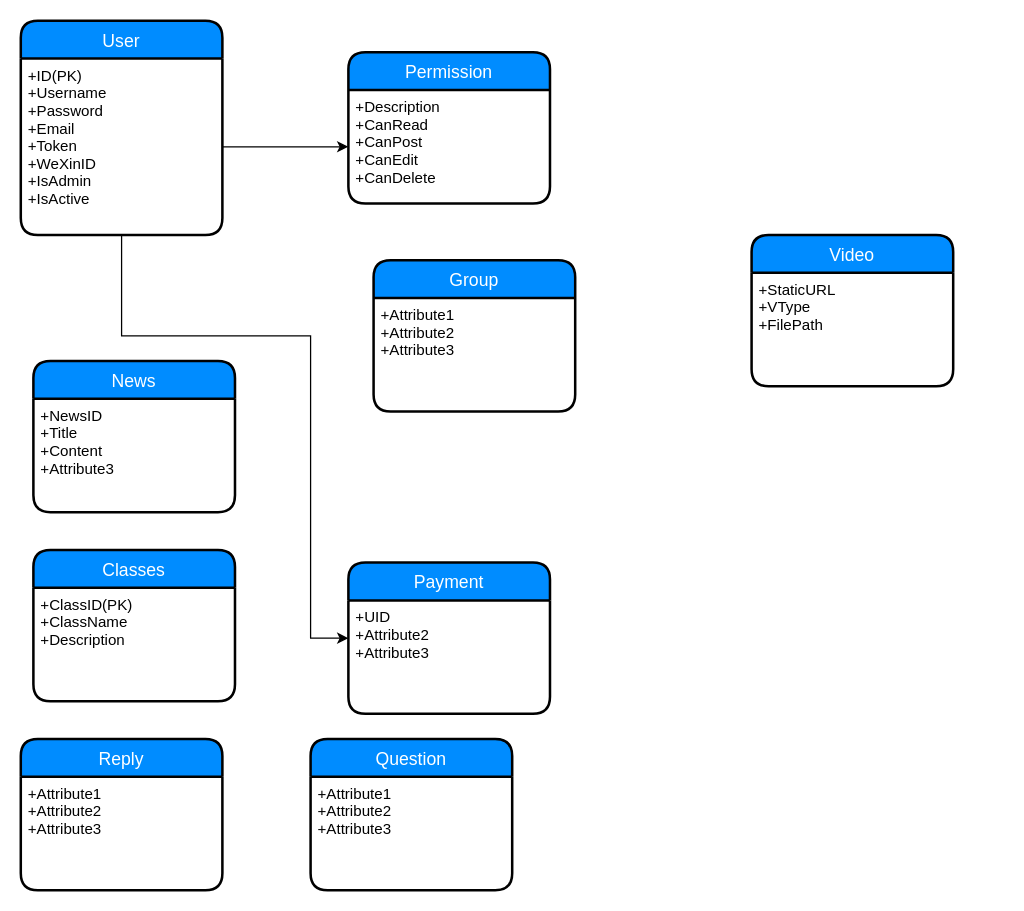
Before: 51cloudclass.drawio in yangwawa0323/5117xue, a draw.io diagram. Source tidied: cells renumbered, new cells numbered last; positions are measured from the earlier drawing's top-left corner, leaving out a move shared by most shapes. Both pictures are drawn from the tidied source at 126%, with x=0, y=0 at pixel (20, 20).
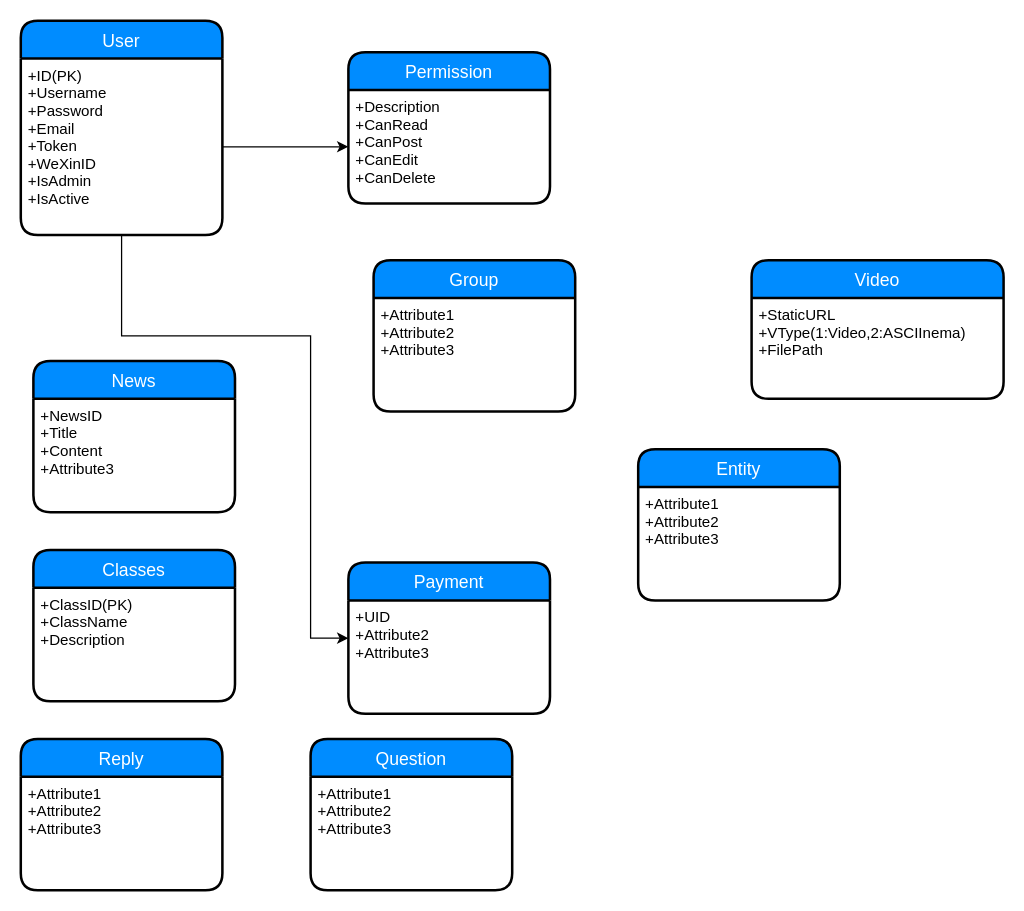
The same diagram, later.

Change to the diagram source:
```diff
@@
     <mxCell id="8" value="Video" style="swimlane;horizontal=1;startSize=30;fillColor=#008cff;fontColor=#FFFFFF;rounded=1;fontSize=14;fontStyle=0;strokeWidth=2;shadow=0;dashed=0;align=center;" parent="1" vertex="1">
-      <mxGeometry x="580" y="170" width="160" height="120" as="geometry" />
+      <mxGeometry x="580" y="190" width="200" height="110" as="geometry" />
     </mxCell>
-    <mxCell id="9" value="+StaticURL&#10;+VType&#10;+FilePath" style="align=left;strokeColor=none;fillColor=none;spacingLeft=4;fontSize=12;verticalAlign=top;" parent="8" vertex="1">
-      <mxGeometry y="30" width="160" height="90" as="geometry" />
+    <mxCell id="9" value="+StaticURL&#10;+VType(1:Video,2:ASCIInema)&#10;+FilePath" style="align=left;strokeColor=none;fillColor=none;spacingLeft=4;fontSize=12;verticalAlign=top;" parent="8" vertex="1">
+      <mxGeometry y="30" width="200" height="80" as="geometry" />
     </mxCell>
@@
+    <mxCell id="22" value="Entity" style="swimlane;horizontal=1;startSize=30;fillColor=#008cff;fontColor=#FFFFFF;rounded=1;fontSize=14;fontStyle=0;strokeWidth=2;shadow=0;dashed=0;align=center;" parent="1" vertex="1">
+      <mxGeometry x="490" y="340" width="160" height="120" as="geometry" />
+    </mxCell>
+    <mxCell id="23" value="+Attribute1&#10;+Attribute2&#10;+Attribute3" style="align=left;strokeColor=none;fillColor=none;spacingLeft=4;fontSize=12;verticalAlign=top;" parent="22" vertex="1">
+      <mxGeometry y="30" width="160" height="90" as="geometry" />
+    </mxCell>
```
